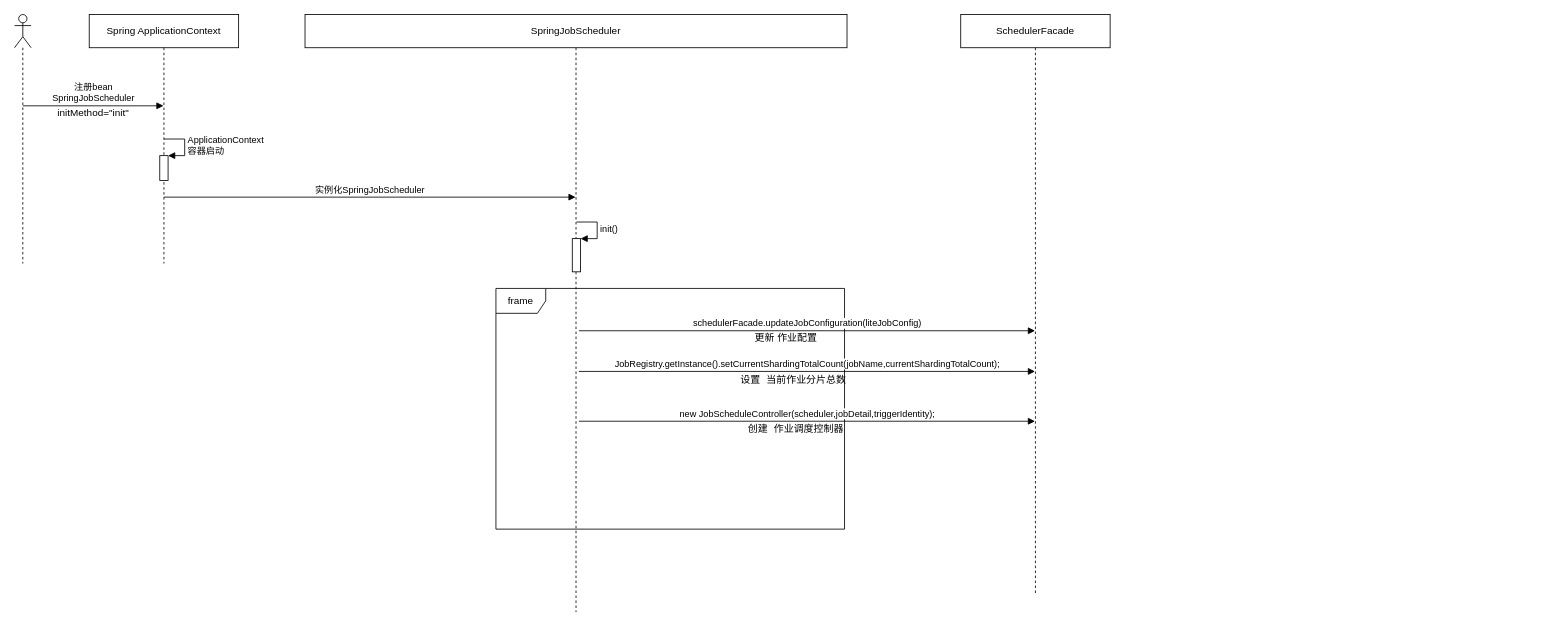
Before: Elastic-Job/Elastic-Job-SpringJobScheduler.drawio in llrrbaba/BlogList, a draw.io diagram. Source tidied: cells renumbered, new cells numbered last; positions are measured from the earlier drawing's top-left corner, leaving out a move shared by most shapes. Both pictures are drawn from the tidied source at 83%, with x=0, y=0 at pixel (14, 14).
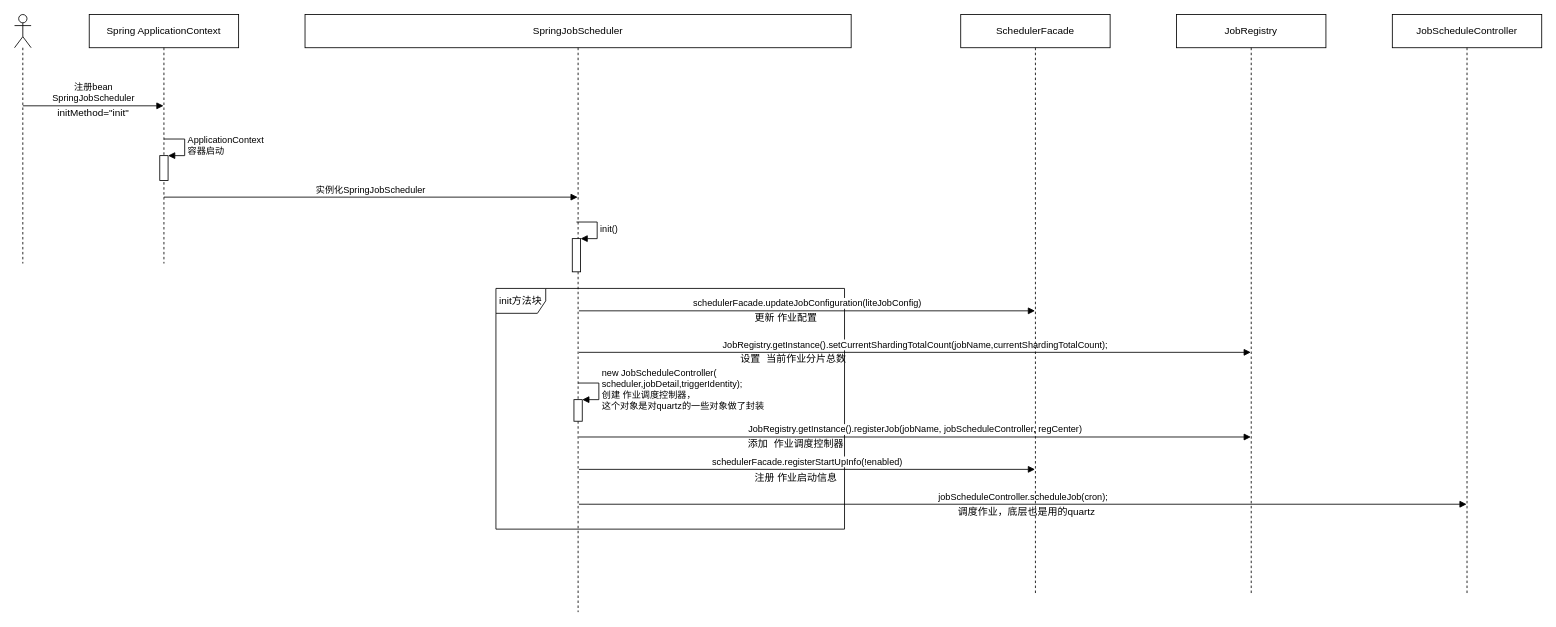
After the change.

The change refers to these unchanged cells:
```xml
<mxCell id="19" value="SchedulerFacade" style="shape=umlLifeline;perimeter=lifelinePerimeter;whiteSpace=wrap;html=1;outlineConnect=0;" parent="1" vertex="1">
  <mxGeometry x="1140" width="180" height="700" as="geometry" />
</mxCell>
```

Diff of the diagram source:
```diff
@@
     <mxCell id="8" value="SpringJobScheduler" style="shape=umlLifeline;perimeter=lifelinePerimeter;whiteSpace=wrap;html=1;outlineConnect=0;" parent="1" vertex="1">
-      <mxGeometry x="350" width="653" height="720" as="geometry" />
+      <mxGeometry x="350" width="658" height="720" as="geometry" />
     </mxCell>
@@
-    <mxCell id="11" value="frame" style="shape=umlFrame;whiteSpace=wrap;html=1;" parent="8" vertex="1">
+    <mxCell id="11" value="init方法块" style="shape=umlFrame;whiteSpace=wrap;html=1;" parent="8" vertex="1">
       <mxGeometry x="230" y="330" width="420" height="290" as="geometry" />
     </mxCell>
     <mxCell id="12" value="schedulerFacade.updateJobConfiguration(liteJobConfig)" style="html=1;verticalAlign=bottom;endArrow=block;" parent="8" edge="1">
       <mxGeometry relative="1" as="geometry">
-        <mxPoint x="330" y="381" as="sourcePoint" />
-        <mxPoint x="879.5" y="381" as="targetPoint" />
+        <mxPoint x="330" y="357" as="sourcePoint" />
+        <mxPoint x="879.5" y="357" as="targetPoint" />
       </mxGeometry>
     </mxCell>
     <mxCell id="13" value="更新 作业配置" style="text;html=1;align=left;verticalAlign=top;spacingTop=-4;" parent="8" vertex="1">
-      <mxGeometry x="540" y="380" width="90" height="20" as="geometry" />
+      <mxGeometry x="540" y="356" width="90" height="20" as="geometry" />
     </mxCell>
-    <mxCell id="14" value="JobRegistry.getInstance().setCurrentShardingTotalCount(&lt;span&gt;jobName&lt;/span&gt;,&lt;span&gt;currentShardingTotalCount&lt;/span&gt;);&lt;br&gt;" style="html=1;verticalAlign=bottom;endArrow=block;" parent="8" edge="1" target="19">
+    <mxCell id="14" value="JobRegistry.getInstance().setCurrentShardingTotalCount(&lt;span&gt;jobName&lt;/span&gt;,&lt;span&gt;currentShardingTotalCount&lt;/span&gt;);&lt;br&gt;" style="html=1;verticalAlign=bottom;endArrow=block;" parent="8" edge="1">
       <mxGeometry relative="1" as="geometry">
-        <mxPoint x="330" y="430" as="sourcePoint" />
+        <mxPoint x="330" y="407" as="sourcePoint" />
+        <mxPoint x="1139.5" y="407" as="targetPoint" />
       </mxGeometry>
     </mxCell>
     <mxCell id="15" value="&lt;pre&gt;&lt;span&gt;&lt;span&gt;设置 当前作业分片总数&lt;/span&gt;&lt;/span&gt;&lt;/pre&gt;" style="text;html=1;align=left;verticalAlign=top;spacingTop=-4;" parent="8" vertex="1">
-      <mxGeometry x="523" y="419" width="140" height="40" as="geometry" />
+      <mxGeometry x="523" y="394" width="140" height="40" as="geometry" />
     </mxCell>
-    <mxCell id="16" value="&lt;div&gt;&lt;span&gt;new JobScheduleController(&lt;/span&gt;&lt;span&gt;scheduler,&lt;/span&gt;&lt;span&gt;jobDetail,&lt;/span&gt;&lt;span&gt;triggerIdentity&lt;/span&gt;);&lt;/div&gt;" style="html=1;verticalAlign=bottom;endArrow=block;" parent="8" edge="1" target="19">
-      <mxGeometry relative="1" as="geometry">
-        <mxPoint x="330" y="490" as="sourcePoint" />
-      </mxGeometry>
-    </mxCell>
-    <mxCell id="17" value="&lt;pre&gt;&lt;span&gt;&lt;span&gt;创建 作业调度控制器&lt;/span&gt;&lt;/span&gt;&lt;/pre&gt;" style="text;html=1;align=left;verticalAlign=top;spacingTop=-4;" parent="8" vertex="1">
-      <mxGeometry x="532" y="478" width="130" height="40" as="geometry" />
+    <mxCell id="17" value="&lt;pre&gt;&lt;br&gt;&lt;/pre&gt;" style="text;html=1;align=left;verticalAlign=top;spacingTop=-4;" parent="8" vertex="1">
+      <mxGeometry x="532" y="457" width="20" height="40" as="geometry" />
     </mxCell>
+    <mxCell id="20" value="JobRegistry.getInstance().registerJob(&lt;span&gt;jobName&lt;/span&gt;, jobScheduleController, regCenter)&lt;br&gt;" style="html=1;verticalAlign=bottom;endArrow=block;" parent="8" edge="1">
+      <mxGeometry relative="1" as="geometry">
+        <mxPoint x="330" y="509" as="sourcePoint" />
+        <mxPoint x="1139.5" y="509" as="targetPoint" />
+      </mxGeometry>
+    </mxCell>
+    <mxCell id="21" value="&lt;pre&gt;&lt;span&gt;&lt;span&gt;添加 作业调度控制器&lt;/span&gt;&lt;/span&gt;&lt;/pre&gt;" style="text;html=1;align=left;verticalAlign=top;spacingTop=-4;" parent="8" vertex="1">
+      <mxGeometry x="532" y="496" width="130" height="40" as="geometry" />
+    </mxCell>
+    <mxCell id="22" style="html=1;points=[];perimeter=orthogonalPerimeter;" parent="8" vertex="1">
+      <mxGeometry x="324" y="464" width="10" height="26" as="geometry" />
+    </mxCell>
+    <mxCell id="23" value="&lt;span&gt;new JobScheduleController(&lt;br&gt;&lt;/span&gt;&lt;span&gt;scheduler,&lt;/span&gt;&lt;span&gt;jobDetail,&lt;/span&gt;&lt;span&gt;triggerIdentity&lt;/span&gt;&lt;span&gt;);&lt;br&gt;创建 作业调度控制器，&lt;br&gt;这个对象是对quartz的一些对象做了封装&lt;br&gt;&lt;/span&gt;" style="edgeStyle=orthogonalEdgeStyle;html=1;align=left;spacingLeft=2;endArrow=block;rounded=0;entryX=1;entryY=0;" parent="8" edge="1" target="22">
+      <mxGeometry relative="1" as="geometry">
+        <mxPoint x="329" y="444" as="sourcePoint" />
+        <Array as="points">
+          <mxPoint x="354" y="444" />
+        </Array>
+      </mxGeometry>
+    </mxCell>
+    <mxCell id="24" value="schedulerFacade.registerStartUpInfo(!&lt;span&gt;enabled&lt;/span&gt;)&lt;br&gt;" style="html=1;verticalAlign=bottom;endArrow=block;" parent="8" edge="1">
+      <mxGeometry relative="1" as="geometry">
+        <mxPoint x="330" y="548" as="sourcePoint" />
+        <mxPoint x="879.5" y="548" as="targetPoint" />
+      </mxGeometry>
+    </mxCell>
+    <mxCell id="25" value="注册 作业启动信息" style="text;html=1;align=left;verticalAlign=top;spacingTop=-4;" parent="8" vertex="1">
+      <mxGeometry x="540" y="548" width="110" height="20" as="geometry" />
+    </mxCell>
+    <mxCell id="26" value="jobScheduleController.scheduleJob(cron);" style="html=1;verticalAlign=bottom;endArrow=block;" parent="8" edge="1" target="28">
+      <mxGeometry relative="1" as="geometry">
+        <mxPoint x="330" y="590" as="sourcePoint" />
+      </mxGeometry>
+    </mxCell>
@@
+    <mxCell id="27" value="JobRegistry" style="shape=umlLifeline;perimeter=lifelinePerimeter;whiteSpace=wrap;html=1;" parent="1" vertex="1">
+      <mxGeometry x="1400" width="180" height="700" as="geometry" />
+    </mxCell>
+    <mxCell id="28" value="JobScheduleController" style="shape=umlLifeline;perimeter=lifelinePerimeter;whiteSpace=wrap;html=1;outlineConnect=0;" parent="1" vertex="1">
+      <mxGeometry x="1660" width="180" height="700" as="geometry" />
+    </mxCell>
+    <mxCell id="29" value="调度作业，底层也是用的quartz" style="text;html=1;align=left;verticalAlign=top;spacingTop=-4;" parent="1" vertex="1">
+      <mxGeometry x="1135" y="590" width="180" height="20" as="geometry" />
+    </mxCell>
```
